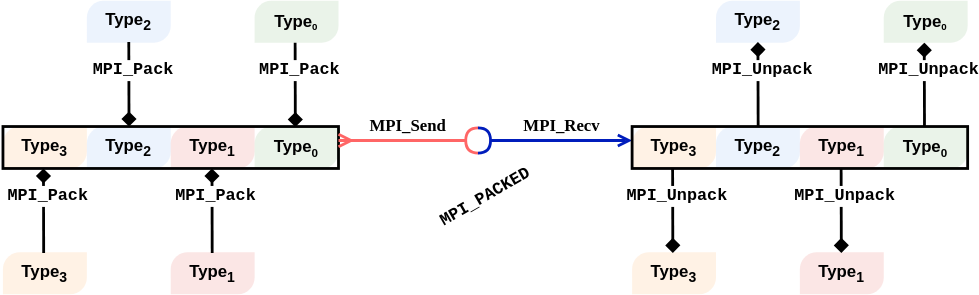
The draw.io diagram content/img/E01-pack_unpack.svg in ENCCS/intermediate-mpi, before a commit. Source tidied: cells renumbered, new cells last; positions are measured from the earlier drawing's top-left corner, leaving out a move shared by most shapes.
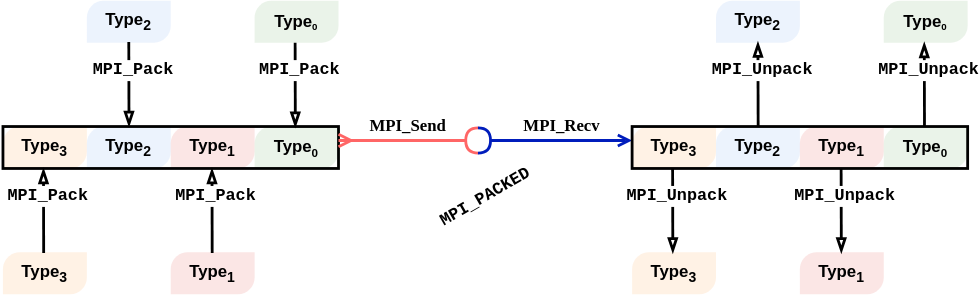
Above is the later version.

Diff of the diagram source:
```diff
@@ -74,7 +74,7 @@
     <mxCell id="23" value="&lt;b&gt;Type&lt;span style=&quot;font-size: 8.33333px&quot;&gt;&lt;sub&gt;0&lt;/sub&gt;&lt;/span&gt;&lt;/b&gt;" style="text;html=1;strokeColor=none;fillColor=none;align=center;verticalAlign=middle;whiteSpace=wrap;rounded=0;opacity=30;" parent="1" vertex="1">
       <mxGeometry x="190" y="5" width="40" height="20" as="geometry" />
     </mxCell>
-    <mxCell id="24" style="endArrow=diamond;html=1;strokeWidth=2;entryX=0.834;entryY=0.047;entryDx=0;entryDy=0;entryPerimeter=0;endFill=1;startArrow=none;startFill=0;" parent="1" edge="1">
+    <mxCell id="24" style="endArrow=blockThin;html=1;strokeWidth=2;entryX=0.834;entryY=0.047;entryDx=0;entryDy=0;entryPerimeter=0;endFill=0;startArrow=none;startFill=0;" parent="1" edge="1">
       <mxGeometry relative="1" as="geometry">
         <mxPoint x="209" y="30" as="sourcePoint" />
         <mxPoint x="209.1" y="90.4" as="targetPoint" />
@@ -83,7 +83,7 @@
     <mxCell id="25" value="&lt;b&gt;&lt;font face=&quot;Courier New&quot; style=&quot;font-size: 12px&quot;&gt;MPI_Pack&lt;/font&gt;&lt;/b&gt;" style="edgeLabel;html=1;align=center;verticalAlign=middle;" parent="24" vertex="1">
       <mxGeometry x="-0.35" y="2" relative="1" as="geometry" />
     </mxCell>
-    <mxCell id="26" style="endArrow=diamond;html=1;strokeWidth=2;entryX=0.834;entryY=0.047;entryDx=0;entryDy=0;entryPerimeter=0;endFill=1;" parent="1" edge="1">
+    <mxCell id="26" style="endArrow=blockThin;html=1;strokeWidth=2;entryX=0.834;entryY=0.047;entryDx=0;entryDy=0;entryPerimeter=0;endFill=0;" parent="1" edge="1">
       <mxGeometry relative="1" as="geometry">
         <mxPoint x="90" y="29.6" as="sourcePoint" />
         <mxPoint x="90.2" y="90" as="targetPoint" />
@@ -92,7 +92,7 @@
     <mxCell id="27" value="&lt;b&gt;&lt;font face=&quot;Courier New&quot; style=&quot;font-size: 12px&quot;&gt;MPI_Pack&lt;/font&gt;&lt;/b&gt;" style="edgeLabel;html=1;align=center;verticalAlign=middle;" parent="26" vertex="1">
       <mxGeometry x="-0.35" y="2" relative="1" as="geometry" />
     </mxCell>
-    <mxCell id="28" style="endArrow=none;html=1;strokeWidth=2;entryX=0.834;entryY=0.047;entryDx=0;entryDy=0;entryPerimeter=0;endFill=0;startArrow=diamond;startFill=1;" parent="1" edge="1">
+    <mxCell id="28" style="endArrow=none;html=1;strokeWidth=2;entryX=0.834;entryY=0.047;entryDx=0;entryDy=0;entryPerimeter=0;endFill=0;startArrow=blockThin;startFill=0;" parent="1" edge="1">
       <mxGeometry relative="1" as="geometry">
         <mxPoint x="29" y="120" as="sourcePoint" />
         <mxPoint x="29.1" y="180.4" as="targetPoint" />
@@ -101,7 +101,7 @@
     <mxCell id="29" value="&lt;b&gt;&lt;font face=&quot;Courier New&quot; style=&quot;font-size: 12px&quot;&gt;MPI_Pack&lt;/font&gt;&lt;/b&gt;" style="edgeLabel;html=1;align=center;verticalAlign=middle;" parent="28" vertex="1">
       <mxGeometry x="-0.35" y="2" relative="1" as="geometry" />
     </mxCell>
-    <mxCell id="30" style="endArrow=none;html=1;strokeWidth=2;entryX=0.834;entryY=0.047;entryDx=0;entryDy=0;entryPerimeter=0;endFill=0;startArrow=diamond;startFill=1;" parent="1" edge="1">
+    <mxCell id="30" style="endArrow=none;html=1;strokeWidth=2;entryX=0.834;entryY=0.047;entryDx=0;entryDy=0;entryPerimeter=0;endFill=0;startArrow=blockThin;startFill=0;" parent="1" edge="1">
       <mxGeometry relative="1" as="geometry">
         <mxPoint x="149.5" y="120" as="sourcePoint" />
         <mxPoint x="149.7" y="180.4" as="targetPoint" />
@@ -161,7 +161,7 @@
     <mxCell id="48" value="&lt;b&gt;Type&lt;span style=&quot;font-size: 8.33333px&quot;&gt;&lt;sub&gt;0&lt;/sub&gt;&lt;/span&gt;&lt;/b&gt;" style="text;html=1;strokeColor=none;fillColor=none;align=center;verticalAlign=middle;whiteSpace=wrap;rounded=0;opacity=30;" parent="1" vertex="1">
       <mxGeometry x="640" y="5" width="40" height="20" as="geometry" />
     </mxCell>
-    <mxCell id="49" style="endArrow=none;html=1;strokeWidth=2;entryX=0.834;entryY=0.047;entryDx=0;entryDy=0;entryPerimeter=0;endFill=0;startArrow=diamond;startFill=1;" parent="1" edge="1">
+    <mxCell id="49" style="endArrow=none;html=1;strokeWidth=2;entryX=0.834;entryY=0.047;entryDx=0;entryDy=0;entryPerimeter=0;endFill=0;startArrow=blockThin;startFill=0;" parent="1" edge="1">
       <mxGeometry relative="1" as="geometry">
         <mxPoint x="659" y="30" as="sourcePoint" />
         <mxPoint x="659.1" y="90.4" as="targetPoint" />
@@ -170,7 +170,7 @@
     <mxCell id="50" value="&lt;b&gt;&lt;font face=&quot;Courier New&quot; style=&quot;font-size: 12px&quot;&gt;MPI_Unpack&lt;/font&gt;&lt;/b&gt;" style="edgeLabel;html=1;align=center;verticalAlign=middle;" parent="49" vertex="1">
       <mxGeometry x="-0.35" y="2" relative="1" as="geometry" />
     </mxCell>
-    <mxCell id="51" style="endArrow=none;html=1;strokeWidth=2;entryX=0.834;entryY=0.047;entryDx=0;entryDy=0;entryPerimeter=0;endFill=0;startArrow=diamond;startFill=1;" parent="1" edge="1">
+    <mxCell id="51" style="endArrow=none;html=1;strokeWidth=2;entryX=0.834;entryY=0.047;entryDx=0;entryDy=0;entryPerimeter=0;endFill=0;startArrow=blockThin;startFill=0;" parent="1" edge="1">
       <mxGeometry relative="1" as="geometry">
         <mxPoint x="540" y="29.6" as="sourcePoint" />
         <mxPoint x="540.2" y="90" as="targetPoint" />
@@ -179,7 +179,7 @@
     <mxCell id="52" value="&lt;b&gt;&lt;font face=&quot;Courier New&quot; style=&quot;font-size: 12px&quot;&gt;MPI_Unpack&lt;/font&gt;&lt;/b&gt;" style="edgeLabel;html=1;align=center;verticalAlign=middle;" parent="51" vertex="1">
       <mxGeometry x="-0.35" y="2" relative="1" as="geometry" />
     </mxCell>
-    <mxCell id="53" style="endArrow=diamond;html=1;strokeWidth=2;entryX=0.834;entryY=0.047;entryDx=0;entryDy=0;entryPerimeter=0;endFill=1;startArrow=none;startFill=0;" parent="1" edge="1">
+    <mxCell id="53" style="endArrow=blockThin;html=1;strokeWidth=2;entryX=0.834;entryY=0.047;entryDx=0;entryDy=0;entryPerimeter=0;endFill=0;startArrow=none;startFill=0;" parent="1" edge="1">
       <mxGeometry relative="1" as="geometry">
         <mxPoint x="479" y="120" as="sourcePoint" />
         <mxPoint x="479.1" y="180.4" as="targetPoint" />
@@ -188,7 +188,7 @@
     <mxCell id="54" value="&lt;b&gt;&lt;font face=&quot;Courier New&quot; style=&quot;font-size: 12px&quot;&gt;MPI_Unpack&lt;/font&gt;&lt;/b&gt;" style="edgeLabel;html=1;align=center;verticalAlign=middle;" parent="53" vertex="1">
       <mxGeometry x="-0.35" y="2" relative="1" as="geometry" />
     </mxCell>
-    <mxCell id="55" style="endArrow=diamond;html=1;strokeWidth=2;entryX=0.834;entryY=0.047;entryDx=0;entryDy=0;entryPerimeter=0;endFill=1;startArrow=none;startFill=0;" parent="1" edge="1">
+    <mxCell id="55" style="endArrow=blockThin;html=1;strokeWidth=2;entryX=0.834;entryY=0.047;entryDx=0;entryDy=0;entryPerimeter=0;endFill=0;startArrow=none;startFill=0;" parent="1" edge="1">
       <mxGeometry relative="1" as="geometry">
         <mxPoint x="599.5" y="120" as="sourcePoint" />
         <mxPoint x="599.7" y="180.4" as="targetPoint" />
```
